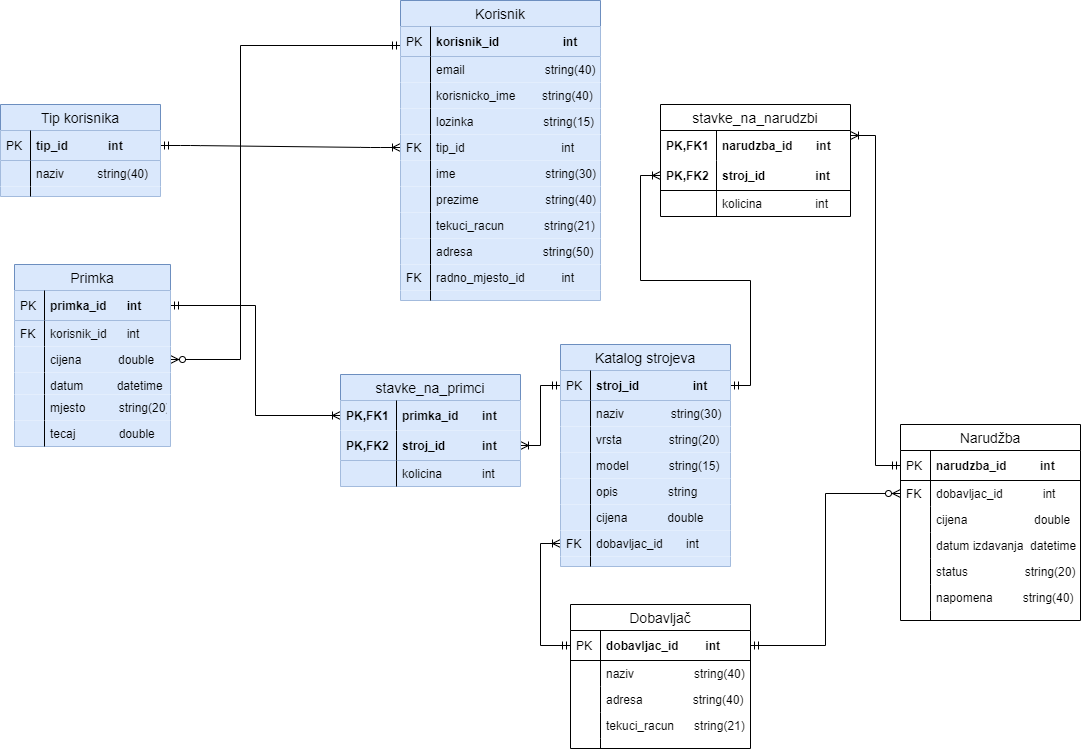
foivz/r20--kkolak-imartinov-smartinov keeps this draw.io diagram as Documentation/ERA/ERA-e-Agro_Alen.png. Above is the earlier version. Source tidied: cells renumbered, new cells last; positions are measured from the earlier drawing's top-left corner, leaving out a move shared by most shapes.
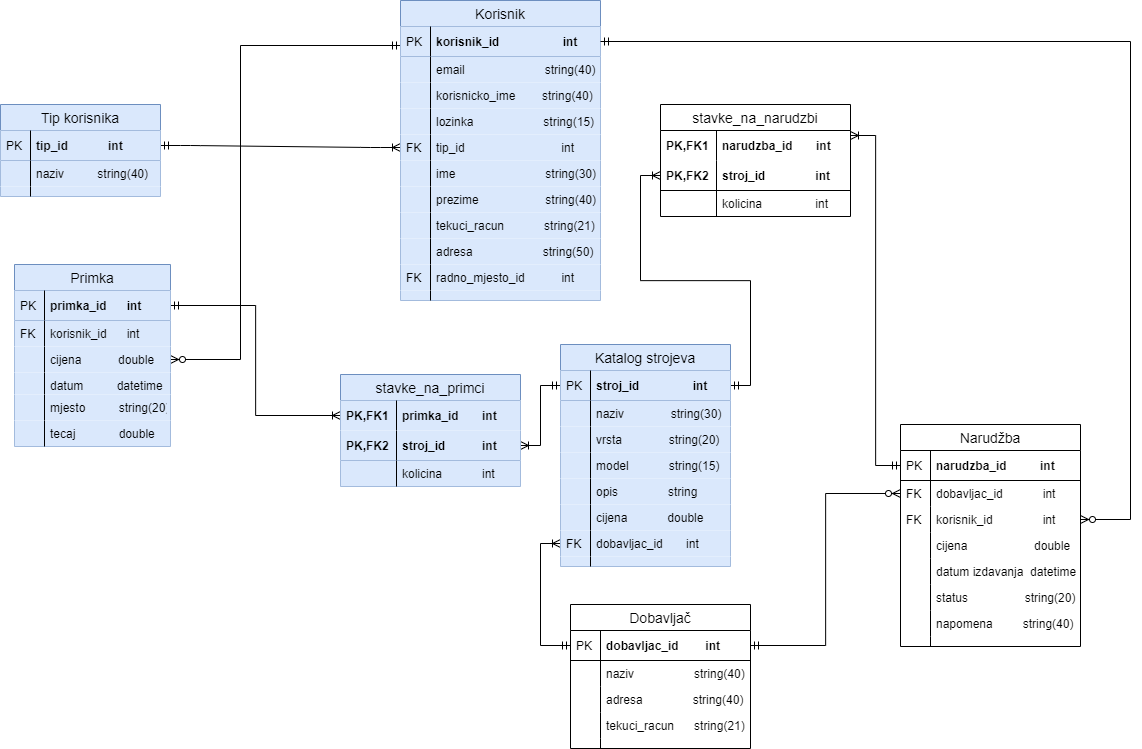
After the commit.

Commit message:
ERA-e-Agro i ERA-e-Agro_ALen update

What changed in the source:
```diff
@@ -187,7 +187,7 @@
       <mxGeometry width="56" height="26" as="geometry" />
     </mxCell>
     <mxCell id="60" value="Narudžba" style="swimlane;fontStyle=0;horizontal=1;startSize=26;align=center;fontSize=14;" parent="1" vertex="1">
-      <mxGeometry x="900" y="424" width="180" height="196" as="geometry" />
+      <mxGeometry x="900" y="424" width="180" height="222" as="geometry" />
     </mxCell>
     <mxCell id="61" value="narudzba_id          int" style="shape=partialRectangle;top=0;left=0;right=0;bottom=1;align=left;verticalAlign=middle;fillColor=none;spacingLeft=34;spacingRight=4;overflow=hidden;points=[[0,0.5],[1,0.5]];portConstraint=eastwest;fontStyle=1;fontSize=12;" parent="60" vertex="1">
       <mxGeometry y="26" width="180" height="30" as="geometry" />
@@ -201,32 +201,38 @@
     <mxCell id="64" value="FK" style="shape=partialRectangle;top=0;left=0;bottom=0;fillColor=none;align=left;verticalAlign=top;spacingLeft=4;spacingRight=4;overflow=hidden;fontSize=12;" parent="63" vertex="1">
       <mxGeometry width="30" height="26" as="geometry" />
     </mxCell>
+    <mxCell id="110" value="korisnik_id               int" style="shape=partialRectangle;top=0;left=0;right=0;bottom=0;align=left;verticalAlign=top;fillColor=none;spacingLeft=34;spacingRight=4;overflow=hidden;points=[[0,0.5],[1,0.5]];portConstraint=eastwest;fontSize=12;" parent="60" vertex="1">
+      <mxGeometry y="82" width="180" height="26" as="geometry" />
+    </mxCell>
+    <mxCell id="111" value="FK" style="shape=partialRectangle;top=0;left=0;bottom=0;fillColor=none;align=left;verticalAlign=top;spacingLeft=4;spacingRight=4;overflow=hidden;fontSize=12;" parent="110" vertex="1">
+      <mxGeometry width="30" height="26" as="geometry" />
+    </mxCell>
     <mxCell id="65" value="cijena                    double" style="shape=partialRectangle;top=0;left=0;right=0;bottom=0;align=left;verticalAlign=top;fillColor=none;spacingLeft=34;spacingRight=4;overflow=hidden;fontSize=12;" parent="60" vertex="1">
-      <mxGeometry y="82" width="180" height="26" as="geometry" />
+      <mxGeometry y="108" width="180" height="26" as="geometry" />
     </mxCell>
     <mxCell id="66" style="shape=partialRectangle;top=0;left=0;bottom=0;fillColor=none;align=left;verticalAlign=top;spacingLeft=4;spacingRight=4;overflow=hidden;fontSize=12;" parent="65" vertex="1">
       <mxGeometry width="30" height="26" as="geometry" />
     </mxCell>
     <mxCell id="67" value="datum izdavanja  datetime" style="shape=partialRectangle;top=0;left=0;right=0;bottom=0;align=left;verticalAlign=top;fillColor=none;spacingLeft=34;spacingRight=4;overflow=hidden;fontSize=12;" parent="60" vertex="1">
-      <mxGeometry y="108" width="180" height="26" as="geometry" />
+      <mxGeometry y="134" width="180" height="26" as="geometry" />
     </mxCell>
     <mxCell id="68" style="shape=partialRectangle;top=0;left=0;bottom=0;fillColor=none;align=left;verticalAlign=top;spacingLeft=4;spacingRight=4;overflow=hidden;fontSize=12;" parent="67" vertex="1">
       <mxGeometry width="30" height="26" as="geometry" />
     </mxCell>
     <mxCell id="69" value="status                 string(20)" style="shape=partialRectangle;top=0;left=0;right=0;bottom=0;align=left;verticalAlign=top;fillColor=none;spacingLeft=34;spacingRight=4;overflow=hidden;fontSize=12;" parent="60" vertex="1">
-      <mxGeometry y="134" width="180" height="26" as="geometry" />
+      <mxGeometry y="160" width="180" height="26" as="geometry" />
     </mxCell>
     <mxCell id="70" style="shape=partialRectangle;top=0;left=0;bottom=0;fillColor=none;align=left;verticalAlign=top;spacingLeft=4;spacingRight=4;overflow=hidden;fontSize=12;" parent="69" vertex="1">
       <mxGeometry width="30" height="26" as="geometry" />
     </mxCell>
     <mxCell id="71" value="napomena         string(40)" style="shape=partialRectangle;top=0;left=0;right=0;bottom=0;align=left;verticalAlign=top;fillColor=none;spacingLeft=34;spacingRight=4;overflow=hidden;fontSize=12;" parent="60" vertex="1">
-      <mxGeometry y="160" width="180" height="26" as="geometry" />
+      <mxGeometry y="186" width="180" height="26" as="geometry" />
     </mxCell>
     <mxCell id="72" style="shape=partialRectangle;top=0;left=0;bottom=0;fillColor=none;align=left;verticalAlign=top;spacingLeft=4;spacingRight=4;overflow=hidden;fontSize=12;" parent="71" vertex="1">
       <mxGeometry width="30" height="26" as="geometry" />
     </mxCell>
     <mxCell id="73" style="shape=partialRectangle;top=0;left=0;right=0;bottom=0;align=left;verticalAlign=top;fillColor=none;spacingLeft=34;spacingRight=4;overflow=hidden;fontSize=12;" parent="60" vertex="1">
-      <mxGeometry y="186" width="180" height="10" as="geometry" />
+      <mxGeometry y="212" width="180" height="10" as="geometry" />
     </mxCell>
     <mxCell id="74" style="shape=partialRectangle;top=0;left=0;bottom=0;fillColor=none;align=left;verticalAlign=top;spacingLeft=4;spacingRight=4;overflow=hidden;fontSize=12;" parent="73" vertex="1">
       <mxGeometry width="30" height="10" as="geometry" />
@@ -336,5 +342,13 @@
     <mxCell id="109" style="shape=partialRectangle;top=0;left=0;bottom=0;fillColor=none;align=left;verticalAlign=top;spacingLeft=4;spacingRight=4;overflow=hidden;fontSize=12;" parent="108" vertex="1">
       <mxGeometry width="56" height="26" as="geometry" />
     </mxCell>
+    <mxCell id="112" style="edgeStyle=orthogonalEdgeStyle;rounded=0;jettySize=auto;html=1;startArrow=ERmandOne;startFill=0;endArrow=ERzeroToMany;endFill=1;exitX=1;exitY=0.5;exitDx=0;exitDy=0;entryX=1;entryY=0.5;entryDx=0;entryDy=0;" parent="1" edge="1" source="6" target="110">
+      <mxGeometry relative="1" as="geometry">
+        <Array as="points">
+          <mxPoint x="1130" y="41" />
+          <mxPoint x="1130" y="519" />
+        </Array>
+      </mxGeometry>
+    </mxCell>
   </root>
 </mxGraphModel>
```
